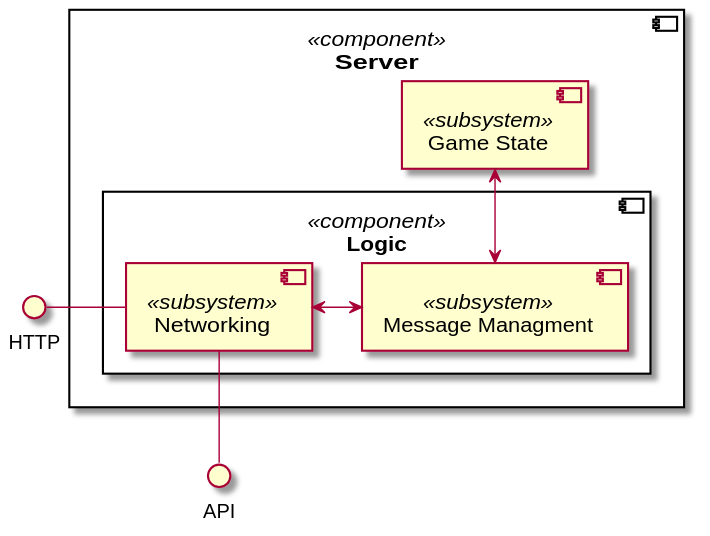
Earlier version of the PlantUML export Docs/Technical Specifications/docs/diagrams/ServerComponentDiagram.svg (Brotenko/QualityQuest). Its diagram source:
```plantuml
@startuml
() "HTTP" as http
() "API" as api

component "Server" <<component>> as server{
component "Logic" <<component>> as logic{
    [Networking] <<subsystem>> as network
    [Message Managment] <<subsystem>> as message
}
    [Game State] <<subsystem>> as game
}
http -right- network


game <-down-> message
network <-> message

api -up- network
@enduml
```
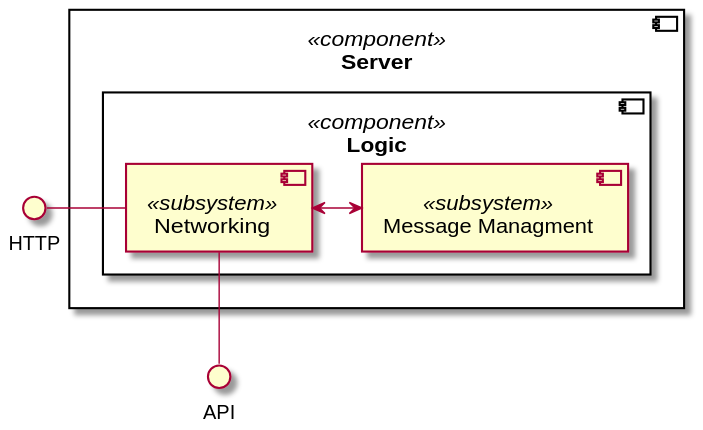
After the commit.

Commit message:
optimized Class Diagramm

What changed in the source:
```diff
@@ -7,12 +7,10 @@
     [Networking] <<subsystem>> as network
     [Message Managment] <<subsystem>> as message
 }
-    [Game State] <<subsystem>> as game
 }
 http -right- network
 
 
-game <-down-> message
 network <-> message
 
 api -up- network
```
